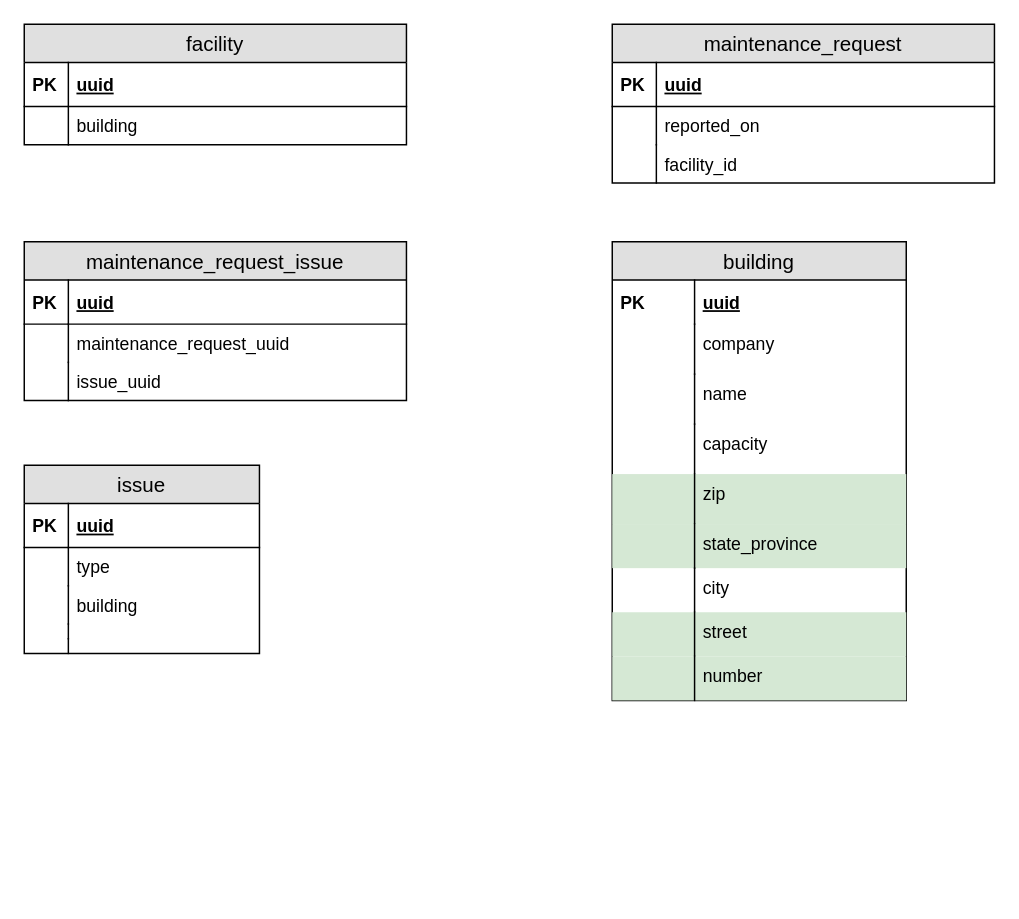
Earlier version of the draw.io diagram housekeeper-service-erd.drawio (MaslovD/project-zebra-diagrams). Source tidied: cells renumbered, new cells numbered last; positions are measured from the earlier drawing's top-left corner, leaving out a move shared by most shapes. Both pictures are drawn from the tidied source at 147%, with x=0, y=0 at pixel (24, 24).
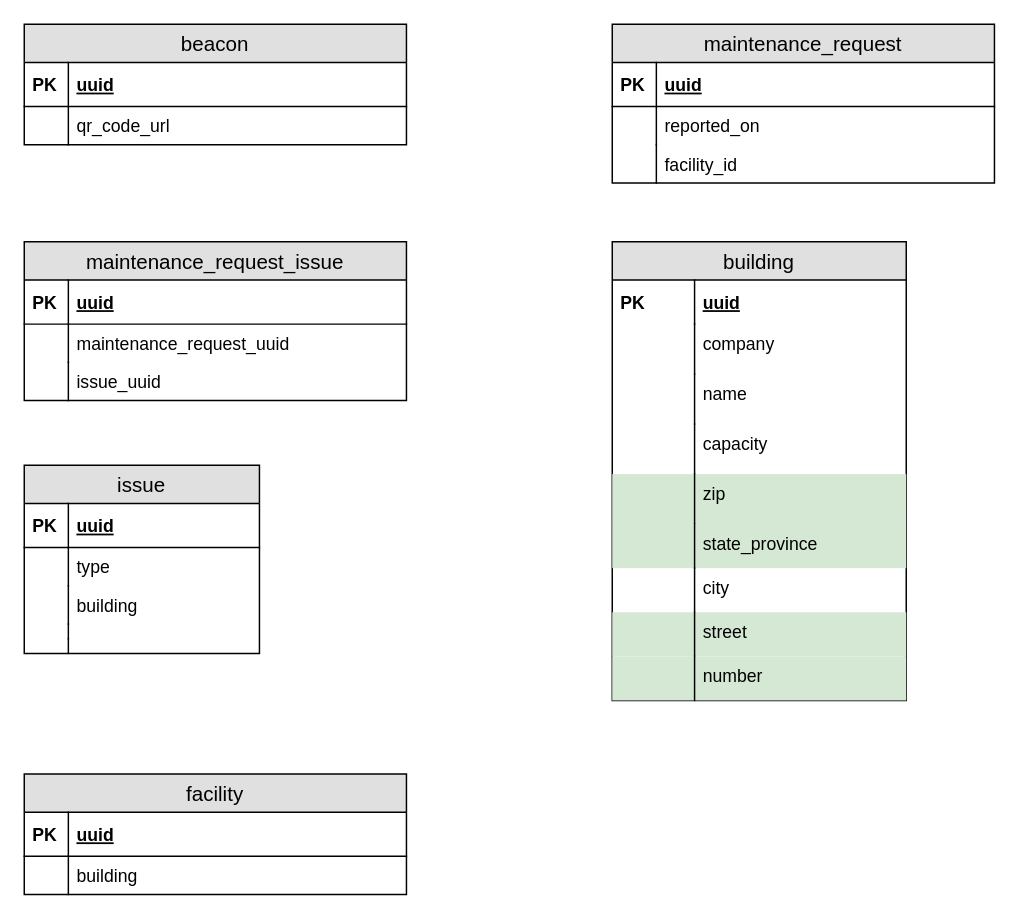
After the change.

Change to the diagram source:
```diff
@@
     <mxCell id="46" value="facility" style="swimlane;fontStyle=0;horizontal=1;startSize=26;fillColor=#e0e0e0;swimlaneFillColor=#ffffff;align=center;fontSize=14;" parent="1" vertex="1">
-      <mxGeometry width="260" height="82" as="geometry" />
+      <mxGeometry y="510" width="260" height="82" as="geometry" />
     </mxCell>
@@
+    <mxCell id="51" value="beacon" style="swimlane;fontStyle=0;horizontal=1;startSize=26;fillColor=#e0e0e0;swimlaneFillColor=#ffffff;align=center;fontSize=14;" parent="1" vertex="1">
+      <mxGeometry width="260" height="82" as="geometry" />
+    </mxCell>
+    <mxCell id="52" value="uuid" style="shape=partialRectangle;top=0;left=0;right=0;bottom=1;align=left;verticalAlign=middle;fillColor=none;spacingLeft=34;spacingRight=4;overflow=hidden;fontStyle=5;fontSize=12;" parent="51" vertex="1">
+      <mxGeometry y="26" width="260" height="30" as="geometry" />
+    </mxCell>
+    <mxCell id="53" value="PK" style="shape=partialRectangle;top=0;left=0;bottom=0;fillColor=none;align=left;verticalAlign=middle;spacingLeft=4;spacingRight=4;overflow=hidden;fontSize=12;fontStyle=1;" parent="52" vertex="1">
+      <mxGeometry width="30" height="30" as="geometry" />
+    </mxCell>
+    <mxCell id="54" value="qr_code_url" style="shape=partialRectangle;top=0;left=0;right=0;bottom=0;align=left;verticalAlign=top;fillColor=none;spacingLeft=34;spacingRight=4;overflow=hidden;fontSize=12;" parent="51" vertex="1">
+      <mxGeometry y="56" width="260" height="26" as="geometry" />
+    </mxCell>
+    <mxCell id="55" style="shape=partialRectangle;top=0;left=0;bottom=0;fillColor=none;align=left;verticalAlign=top;spacingLeft=4;spacingRight=4;overflow=hidden;fontSize=12;" parent="54" vertex="1">
+      <mxGeometry width="30" height="26" as="geometry" />
+    </mxCell>
```
